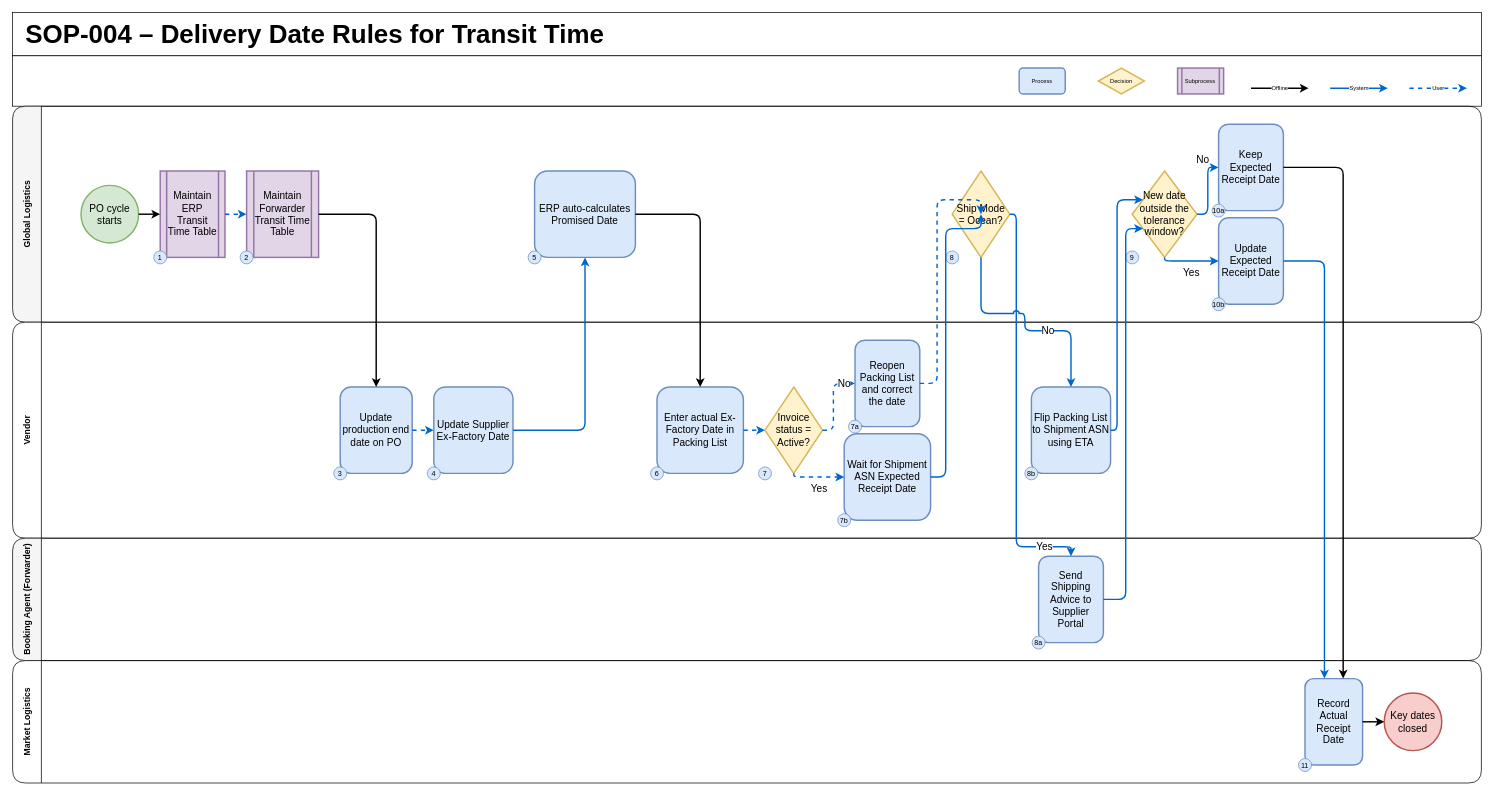
Before: examples/delivery-dates.drawio in Andy-playground/Swimlane-builder, a draw.io diagram. Source tidied: cells renumbered, new cells numbered last; positions are measured from the earlier drawing's top-left corner, leaving out a move shared by most shapes. Both pictures are drawn from the tidied source at 72%, with x=0, y=0 at pixel (12, 12).
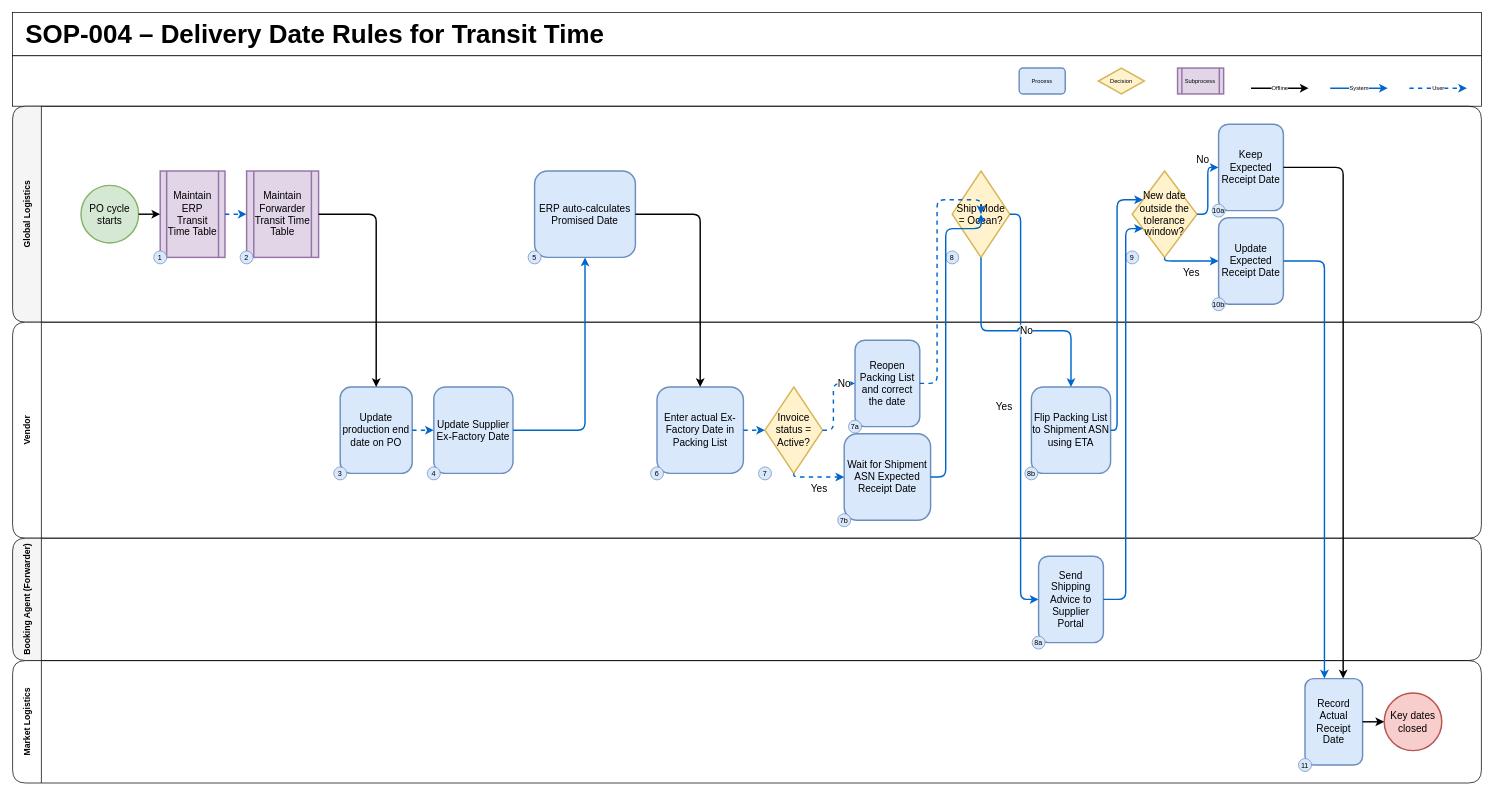
The same page after the edit.

Unchanged cells that the change refers to:
```xml
<mxCell id="21" value="Ship Mode = Ocean?" style="rhombus;whiteSpace=wrap;html=1;fontFamily=Helvetica;fontSize=14;fillColor=#fff2cc;strokeColor=#d6b656;strokeWidth=2;" parent="10" vertex="1">
  <mxGeometry x="1305" y="90" width="80" height="120" as="geometry" />
</mxCell>
<mxCell id="41" value="Flip Packing List to Shipment ASN using ETA" style="rounded=1;whiteSpace=wrap;html=1;fontFamily=Helvetica;fontSize=14;fillColor=#dae8fc;strokeColor=#6c8ebf;strokeWidth=2;" parent="11" vertex="1">
  <mxGeometry x="1415" y="90" width="110" height="120" as="geometry" />
</mxCell>
<mxCell id="43" value="Send Shipping Advice to Supplier Portal" style="rounded=1;whiteSpace=wrap;html=1;fontFamily=Helvetica;fontSize=14;fillColor=#dae8fc;strokeColor=#6c8ebf;strokeWidth=2;" parent="12" vertex="1">
  <mxGeometry x="1425" y="25" width="90" height="120" as="geometry" />
</mxCell>
```

What changed in the source:
```diff
@@
-    <mxCell id="59" value="Yes" style="edgeStyle=orthogonalEdgeStyle;rounded=1;html=1;fontFamily=Helvetica;fontSize=14;jettySize=auto;jumpStyle=arc;jumpSize=6;strokeWidth=2;strokeColor=#0066CC;exitX=1;exitY=0.5;exitDx=0;exitDy=0;entryX=0.5;entryY=0;entryDx=0;entryDy=0;" parent="1" edge="1" source="21" target="43">
-      <mxGeometry x="0.82" relative="1" as="geometry">
+    <mxCell id="59" value="Yes" style="edgeStyle=orthogonalEdgeStyle;rounded=1;html=1;fontFamily=Helvetica;fontSize=14;jettySize=auto;jumpStyle=arc;jumpSize=6;strokeWidth=2;strokeColor=#0066CC;exitX=1;exitY=0.5;exitDx=0;exitDy=0;entryX=0;entryY=0.5;entryDx=0;entryDy=0;" parent="1" edge="1" source="21" target="43">
+      <mxGeometry x="-0.02" relative="1" as="geometry">
         <Array as="points">
-          <mxPoint x="1394" y="280" />
-          <mxPoint x="1394" y="742" />
-          <mxPoint x="1470" y="742" />
+          <mxPoint x="1400" y="280" />
+          <mxPoint x="1400" y="815" />
         </Array>
+        <mxPoint x="-23" as="offset" />
       </mxGeometry>
     </mxCell>
     <mxCell id="60" value="No" style="edgeStyle=orthogonalEdgeStyle;rounded=1;html=1;fontFamily=Helvetica;fontSize=14;jettySize=auto;jumpStyle=arc;jumpSize=6;strokeWidth=2;strokeColor=#0066CC;exitX=0.5;exitY=1;exitDx=0;exitDy=0;entryX=0.5;entryY=0;entryDx=0;entryDy=0;" parent="1" edge="1" source="21" target="41">
-      <mxGeometry x="0.28" relative="1" as="geometry">
+      <mxGeometry x="0.08" relative="1" as="geometry">
         <Array as="points">
-          <mxPoint x="1345" y="418" />
-          <mxPoint x="1406" y="418" />
-          <mxPoint x="1406" y="442" />
+          <mxPoint x="1345" y="442" />
           <mxPoint x="1470" y="442" />
         </Array>
       </mxGeometry>
     </mxCell>
```
